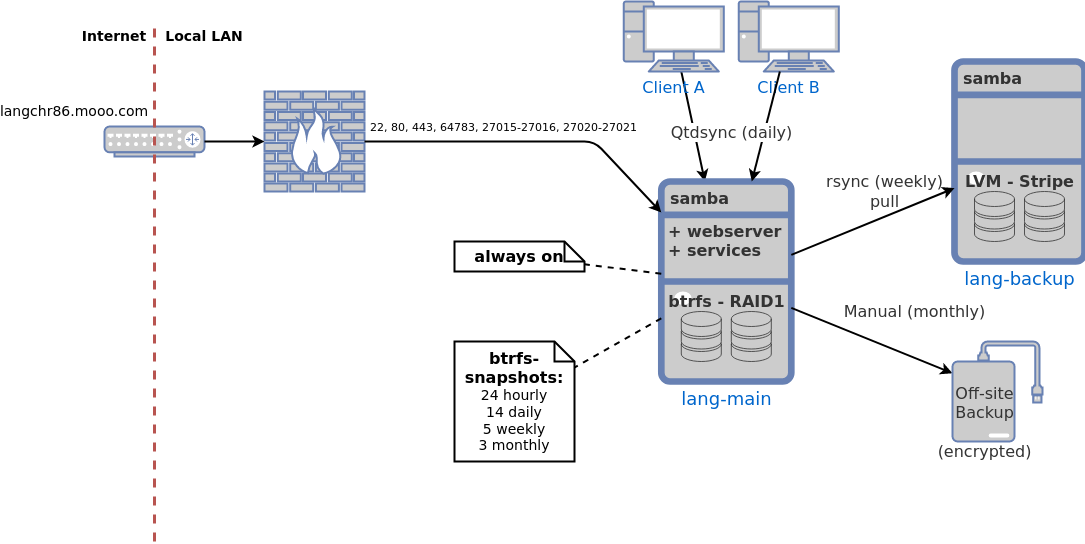
This is docs/images/infrastructure_overview.png from langchr86/server-config, a draw.io export, as it was before one commit. Source tidied: cells renumbered, new cells last; positions are measured from the earlier drawing's top-left corner, leaving out a move shared by most shapes.
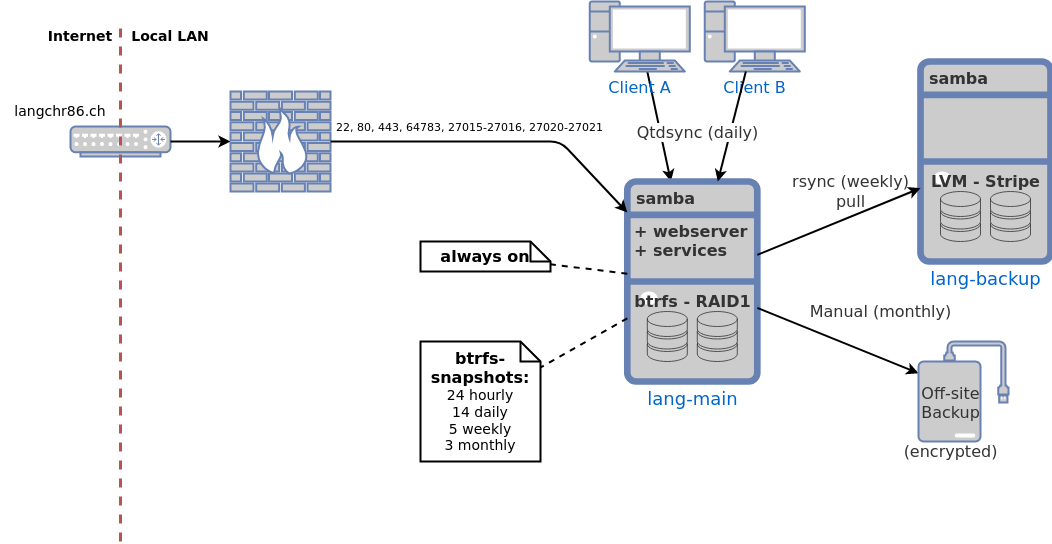
After the commit.

The edit, as a diff of the source:
```diff
@@ -103,8 +103,8 @@
     <mxCell id="31" value="Local LAN" style="text;html=1;strokeColor=none;fillColor=none;align=center;verticalAlign=middle;whiteSpace=wrap;rounded=0;fontSize=14;fontStyle=1;" parent="1" vertex="1">
       <mxGeometry x="160" y="20" width="80" height="30" as="geometry" />
     </mxCell>
-    <mxCell id="32" value="langchr86.mooo.com" style="text;html=1;strokeColor=none;fillColor=none;align=center;verticalAlign=middle;whiteSpace=wrap;rounded=0;fontSize=14;" parent="1" vertex="1">
-      <mxGeometry y="95" width="140" height="30" as="geometry" />
+    <mxCell id="32" value="langchr86.ch" style="text;html=1;strokeColor=none;fillColor=none;align=center;verticalAlign=middle;whiteSpace=wrap;rounded=0;fontSize=14;" parent="1" vertex="1">
+      <mxGeometry x="30" y="95" width="120" height="30" as="geometry" />
     </mxCell>
     <mxCell id="33" style="group;" parent="1" vertex="1">
       <mxGeometry x="930" y="340" width="108" height="121" as="geometry" />
```
